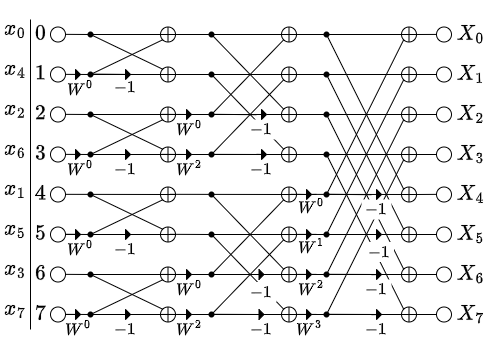
Before: docs/prepaper/assets/butterfly.drawio.png, a diagram exported from draw.io (yudai0804/sotsuken). Source tidied: cells renumbered, new cells last; positions are measured from the earlier drawing's top-left corner, leaving out a move shared by most shapes.
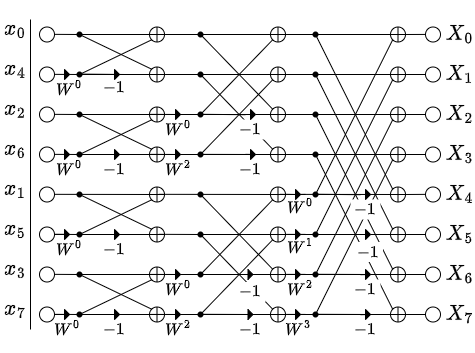
Above is the later version.

Diff of the diagram source:
```diff
@@ -12,53 +12,29 @@
       <mxGeometry relative="1" as="geometry" />
     </mxCell>
     <mxCell id="5" value="&lt;font style=&quot;font-size: 18px;&quot;&gt;$$x_4$$&lt;/font&gt;" style="text;strokeColor=none;align=center;fillColor=none;html=1;verticalAlign=middle;whiteSpace=wrap;rounded=0;" parent="1" vertex="1">
-      <mxGeometry y="40" width="30" height="40" as="geometry" />
+      <mxGeometry x="11" y="40" width="30" height="40" as="geometry" />
     </mxCell>
     <mxCell id="6" value="&lt;font style=&quot;font-size: 18px;&quot;&gt;$$x_0$$&lt;/font&gt;" style="text;strokeColor=none;align=center;fillColor=none;html=1;verticalAlign=middle;whiteSpace=wrap;rounded=0;" parent="1" vertex="1">
-      <mxGeometry width="30" height="40" as="geometry" />
+      <mxGeometry x="11" width="30" height="40" as="geometry" />
     </mxCell>
     <mxCell id="7" value="&lt;font style=&quot;font-size: 18px;&quot;&gt;$$x_2$$&lt;/font&gt;" style="text;strokeColor=none;align=center;fillColor=none;html=1;verticalAlign=middle;whiteSpace=wrap;rounded=0;" parent="1" vertex="1">
-      <mxGeometry y="80" width="30" height="40" as="geometry" />
+      <mxGeometry x="11" y="80" width="30" height="40" as="geometry" />
     </mxCell>
     <mxCell id="8" value="&lt;font style=&quot;font-size: 18px;&quot;&gt;$$x_6$$&lt;/font&gt;" style="text;strokeColor=none;align=center;fillColor=none;html=1;verticalAlign=middle;whiteSpace=wrap;rounded=0;" parent="1" vertex="1">
-      <mxGeometry y="120" width="30" height="40" as="geometry" />
+      <mxGeometry x="11" y="120" width="30" height="40" as="geometry" />
     </mxCell>
     <mxCell id="9" value="&lt;font style=&quot;font-size: 18px;&quot;&gt;$$x_1$$&lt;/font&gt;" style="text;strokeColor=none;align=center;fillColor=none;html=1;verticalAlign=middle;whiteSpace=wrap;rounded=0;" parent="1" vertex="1">
-      <mxGeometry y="160" width="30" height="40" as="geometry" />
+      <mxGeometry x="11" y="160" width="30" height="40" as="geometry" />
     </mxCell>
     <mxCell id="10" value="&lt;font style=&quot;font-size: 18px;&quot;&gt;$$x_5$$&lt;/font&gt;" style="text;strokeColor=none;align=center;fillColor=none;html=1;verticalAlign=middle;whiteSpace=wrap;rounded=0;" parent="1" vertex="1">
-      <mxGeometry y="200" width="30" height="40" as="geometry" />
+      <mxGeometry x="11" y="200" width="30" height="40" as="geometry" />
     </mxCell>
     <mxCell id="11" value="&lt;font style=&quot;font-size: 18px;&quot;&gt;$$x_3$$&lt;/font&gt;" style="text;strokeColor=none;align=center;fillColor=none;html=1;verticalAlign=middle;whiteSpace=wrap;rounded=0;" parent="1" vertex="1">
-      <mxGeometry y="240" width="30" height="40" as="geometry" />
+      <mxGeometry x="11" y="240" width="30" height="40" as="geometry" />
     </mxCell>
     <mxCell id="12" value="&lt;font style=&quot;font-size: 18px;&quot;&gt;$$x_7$$&lt;/font&gt;" style="text;strokeColor=none;align=center;fillColor=none;html=1;verticalAlign=middle;whiteSpace=wrap;rounded=0;" parent="1" vertex="1">
-      <mxGeometry y="280" width="30" height="40" as="geometry" />
+      <mxGeometry x="11" y="280" width="30" height="40" as="geometry" />
     </mxCell>
-    <mxCell id="13" value="&lt;font style=&quot;font-size: 18px;&quot;&gt;$$0$$&lt;/font&gt;" style="text;strokeColor=none;align=center;fillColor=none;html=1;verticalAlign=middle;whiteSpace=wrap;rounded=0;" parent="1" vertex="1">
-      <mxGeometry x="10" y="10" width="60" height="30" as="geometry" />
-    </mxCell>
-    <mxCell id="14" value="&lt;font style=&quot;font-size: 18px;&quot;&gt;$$2$$&lt;/font&gt;" style="text;strokeColor=none;align=center;fillColor=none;html=1;verticalAlign=middle;whiteSpace=wrap;rounded=0;" parent="1" vertex="1">
-      <mxGeometry x="10" y="90" width="60" height="30" as="geometry" />
-    </mxCell>
-    <mxCell id="15" value="&lt;font style=&quot;font-size: 18px;&quot;&gt;$$3$$&lt;/font&gt;" style="text;strokeColor=none;align=center;fillColor=none;html=1;verticalAlign=middle;whiteSpace=wrap;rounded=0;" parent="1" vertex="1">
-      <mxGeometry x="10" y="130" width="60" height="30" as="geometry" />
-    </mxCell>
-    <mxCell id="16" value="&lt;font style=&quot;font-size: 18px;&quot;&gt;$$4$$&lt;/font&gt;" style="text;strokeColor=none;align=center;fillColor=none;html=1;verticalAlign=middle;whiteSpace=wrap;rounded=0;" parent="1" vertex="1">
-      <mxGeometry x="10" y="170" width="60" height="30" as="geometry" />
-    </mxCell>
-    <mxCell id="17" value="&lt;font style=&quot;font-size: 18px;&quot;&gt;$$5$$&lt;/font&gt;" style="text;strokeColor=none;align=center;fillColor=none;html=1;verticalAlign=middle;whiteSpace=wrap;rounded=0;" parent="1" vertex="1">
-      <mxGeometry x="10" y="210" width="60" height="30" as="geometry" />
-    </mxCell>
-    <mxCell id="18" value="&lt;font style=&quot;font-size: 18px;&quot;&gt;$$6$$&lt;/font&gt;" style="text;strokeColor=none;align=center;fillColor=none;html=1;verticalAlign=middle;whiteSpace=wrap;rounded=0;" parent="1" vertex="1">
-      <mxGeometry x="10" y="250" width="60" height="30" as="geometry" />
-    </mxCell>
-    <mxCell id="19" value="&lt;font style=&quot;font-size: 18px;&quot;&gt;$$7$$&lt;/font&gt;" style="text;strokeColor=none;align=center;fillColor=none;html=1;verticalAlign=middle;whiteSpace=wrap;rounded=0;" parent="1" vertex="1">
-      <mxGeometry x="10" y="290" width="60" height="30" as="geometry" />
-    </mxCell>
-    <mxCell id="20" value="&lt;font style=&quot;font-size: 18px;&quot;&gt;$$1$$&lt;/font&gt;" style="text;strokeColor=none;align=center;fillColor=none;html=1;verticalAlign=middle;whiteSpace=wrap;rounded=0;" parent="1" vertex="1">
-      <mxGeometry x="10" y="50" width="60" height="30" as="geometry" />
-    </mxCell>
     <mxCell id="21" style="endArrow=none;html=1;rounded=0;exitDx=0;exitDy=0;exitPerimeter=0;exitX=1;exitY=0.5;" parent="1" edge="1" source="193">
       <mxGeometry relative="1" as="geometry">
         <mxPoint x="436" y="24.9" as="targetPoint" />
```
